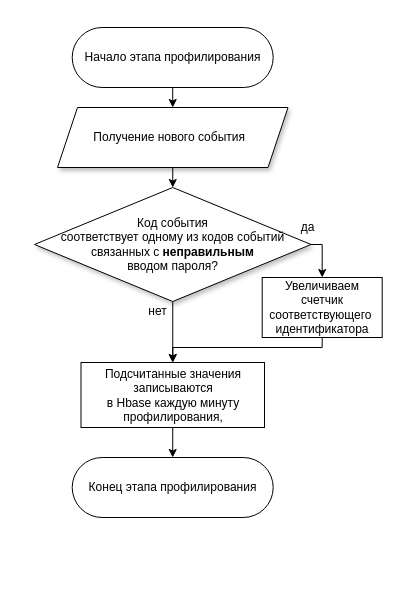
zydyka/sigma keeps this draw.io diagram as page "Page-3" (3 of 3) of contrib/Untitled Diagram.drawio. Above is the earlier version. Source tidied: cells renumbered, new cells numbered last; positions are measured from the earlier drawing's top-left corner, leaving out a move shared by most shapes. Both pictures are drawn from the tidied source at 100%, with x=0, y=0 at pixel (34, 27).
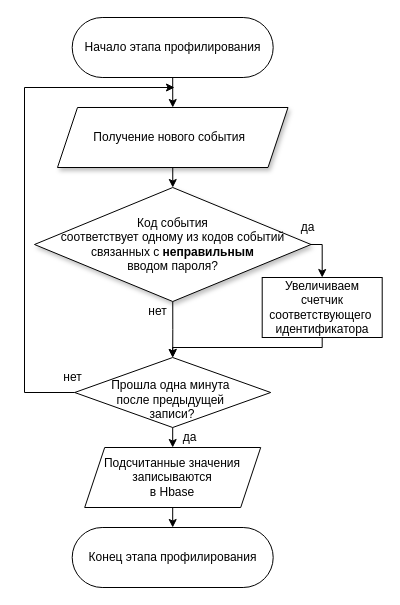
Above is the later version.

Unchanged cells that the change refers to:
```xml
<mxCell id="9" value="Код события&lt;br&gt;&amp;nbsp;соответствует одному из кодов событий&amp;nbsp;&lt;br&gt;связанных с &lt;b&gt;неправильным &lt;/b&gt;&lt;br&gt;вводом пароля?" style="rhombus;whiteSpace=wrap;html=1;shadow=1;sketch=0;" parent="1" vertex="1">
  <mxGeometry y="160" width="276.5" height="114" as="geometry" />
</mxCell>
<mxCell id="11" value="Увеличиваем счетчик соответствующего&amp;nbsp;&lt;br&gt;идентификатора" style="rounded=0;whiteSpace=wrap;html=1;shadow=0;strokeColor=#000000;" parent="1" vertex="1">
  <mxGeometry x="227.7" y="250" width="120" height="60" as="geometry" />
</mxCell>
```

Diff of the diagram source:
```diff
@@
     <mxCell id="3" value="&lt;span style=&quot;background-color: rgb(255 , 255 , 255)&quot;&gt;Начало этапа профилирования&lt;/span&gt;" style="rounded=1;whiteSpace=wrap;html=1;shadow=0;strokeColor=#000000;arcSize=50;" parent="1" vertex="1">
-      <mxGeometry x="37.7" width="201" height="60" as="geometry" />
+      <mxGeometry x="37.7" y="-10" width="201" height="60" as="geometry" />
     </mxCell>
     <mxCell id="4" value="&lt;span style=&quot;background-color: rgb(255 , 255 , 255)&quot;&gt;Конец&amp;nbsp;&lt;/span&gt;&lt;span style=&quot;background-color: rgb(255 , 255 , 255)&quot;&gt;этапа профилирования&lt;/span&gt;" style="rounded=1;whiteSpace=wrap;html=1;shadow=0;strokeColor=#000000;arcSize=50;" parent="1" vertex="1">
-      <mxGeometry x="37.7" y="430" width="201" height="60" as="geometry" />
+      <mxGeometry x="37.7" y="500" width="201" height="60" as="geometry" />
     </mxCell>
@@
-    <mxCell id="8" style="edgeStyle=orthogonalEdgeStyle;rounded=0;comic=0;sketch=0;jettySize=auto;html=1;exitX=0.5;exitY=1;exitDx=0;exitDy=0;shadow=0;entryX=0.5;entryY=0;entryDx=0;entryDy=0;" parent="1" edge="1" source="9" target="15">
+    <mxCell id="8" style="edgeStyle=orthogonalEdgeStyle;rounded=0;comic=0;sketch=0;jettySize=auto;html=1;exitX=0.5;exitY=1;exitDx=0;exitDy=0;shadow=0;entryX=0.5;entryY=0;entryDx=0;entryDy=0;" parent="1" edge="1" source="9" target="18">
       <mxGeometry relative="1" as="geometry" />
     </mxCell>
@@
-    <mxCell id="10" style="edgeStyle=orthogonalEdgeStyle;rounded=0;comic=0;sketch=0;jettySize=auto;html=1;exitX=0.5;exitY=1;exitDx=0;exitDy=0;shadow=0;entryX=0.5;entryY=0;entryDx=0;entryDy=0;" parent="1" edge="1" source="11" target="15">
+    <mxCell id="10" style="edgeStyle=orthogonalEdgeStyle;rounded=0;comic=0;sketch=0;jettySize=auto;html=1;exitX=0.5;exitY=1;exitDx=0;exitDy=0;shadow=0;entryX=0.5;entryY=0;entryDx=0;entryDy=0;" parent="1" edge="1" source="11" target="18">
       <mxGeometry relative="1" as="geometry">
         <Array as="points">
           <mxPoint x="288" y="320" />
           <mxPoint x="138" y="320" />
         </Array>
       </mxGeometry>
     </mxCell>
@@
-    <mxCell id="14" style="edgeStyle=orthogonalEdgeStyle;rounded=0;comic=0;sketch=0;jettySize=auto;html=1;exitX=0.5;exitY=1;exitDx=0;exitDy=0;entryX=0.5;entryY=0;entryDx=0;entryDy=0;shadow=0;" parent="1" edge="1" source="15" target="4">
-      <mxGeometry relative="1" as="geometry" />
-    </mxCell>
-    <mxCell id="15" value="Подсчитанные значения записываются&lt;br&gt;в Hbase&amp;nbsp;каждую минуту&lt;br&gt;профилирования," style="rounded=0;whiteSpace=wrap;html=1;shadow=0;strokeColor=#000000;" parent="1" vertex="1">
-      <mxGeometry x="46.5" y="335" width="183.5" height="65" as="geometry" />
-    </mxCell>
+    <mxCell id="16" style="edgeStyle=orthogonalEdgeStyle;rounded=0;comic=0;sketch=0;jettySize=auto;html=1;exitX=0;exitY=0.5;exitDx=0;exitDy=0;shadow=0;" parent="1" edge="1" source="18">
+      <mxGeometry relative="1" as="geometry">
+        <mxPoint x="140" y="60" as="targetPoint" />
+        <Array as="points">
+          <mxPoint x="-10" y="365" />
+          <mxPoint x="-10" y="60" />
+        </Array>
+      </mxGeometry>
+    </mxCell>
+    <mxCell id="17" style="edgeStyle=orthogonalEdgeStyle;rounded=0;comic=0;sketch=0;jettySize=auto;html=1;exitX=0.5;exitY=1;exitDx=0;exitDy=0;entryX=0.5;entryY=0;entryDx=0;entryDy=0;shadow=0;" parent="1" edge="1" source="18" target="22">
+      <mxGeometry relative="1" as="geometry" />
+    </mxCell>
+    <mxCell id="18" value="&lt;br&gt;Прошла одна минута&amp;nbsp;&lt;br&gt;после предыдущей&amp;nbsp;&lt;br&gt;записи?" style="rhombus;whiteSpace=wrap;html=1;shadow=0;strokeColor=#000000;" parent="1" vertex="1">
+      <mxGeometry x="40.2" y="330" width="196" height="70" as="geometry" />
+    </mxCell>
+    <mxCell id="19" value="нет" style="text;html=1;align=center;verticalAlign=middle;strokeColor=none;" parent="1" vertex="1">
+      <mxGeometry x="23" y="340" width="30" height="20" as="geometry" />
+    </mxCell>
+    <mxCell id="20" value="да" style="text;html=1;align=center;verticalAlign=middle;strokeColor=none;" parent="1" vertex="1">
+      <mxGeometry x="140" y="400" width="30" height="20" as="geometry" />
+    </mxCell>
+    <mxCell id="21" style="edgeStyle=orthogonalEdgeStyle;rounded=0;comic=0;sketch=0;jettySize=auto;html=1;exitX=0.5;exitY=1;exitDx=0;exitDy=0;entryX=0.5;entryY=0;entryDx=0;entryDy=0;shadow=0;" parent="1" edge="1" source="22" target="4">
+      <mxGeometry relative="1" as="geometry" />
+    </mxCell>
+    <mxCell id="22" value="&lt;span&gt;Подсчитанные значения записываются&lt;/span&gt;&lt;br&gt;&lt;span&gt;в Hbase&lt;/span&gt;" style="shape=parallelogram;perimeter=parallelogramPerimeter;whiteSpace=wrap;html=1;fixedSize=1;shadow=0;strokeColor=#000000;" parent="1" vertex="1">
+      <mxGeometry x="50.2" y="420" width="176" height="60" as="geometry" />
+    </mxCell>
```
